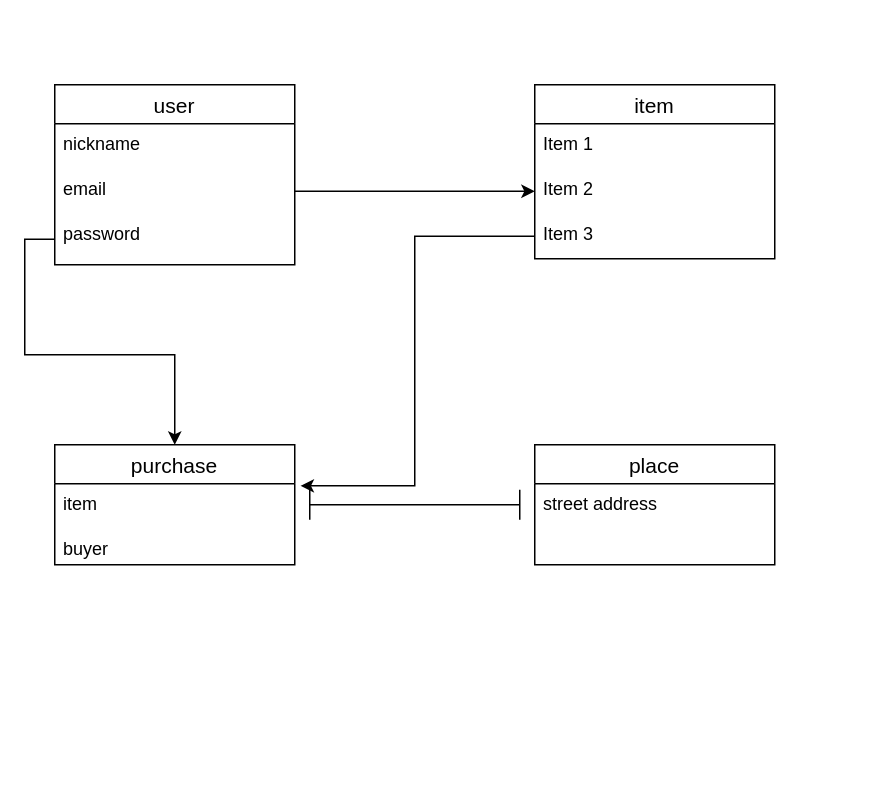
Before: furima.dio in hiroto0707/furima-33377, a draw.io diagram. Source tidied: cells renumbered, new cells numbered last; positions are measured from the earlier drawing's top-left corner, leaving out a move shared by most shapes. Both pictures are drawn from the tidied source at 150%, with x=0, y=0 at pixel (54, 84).
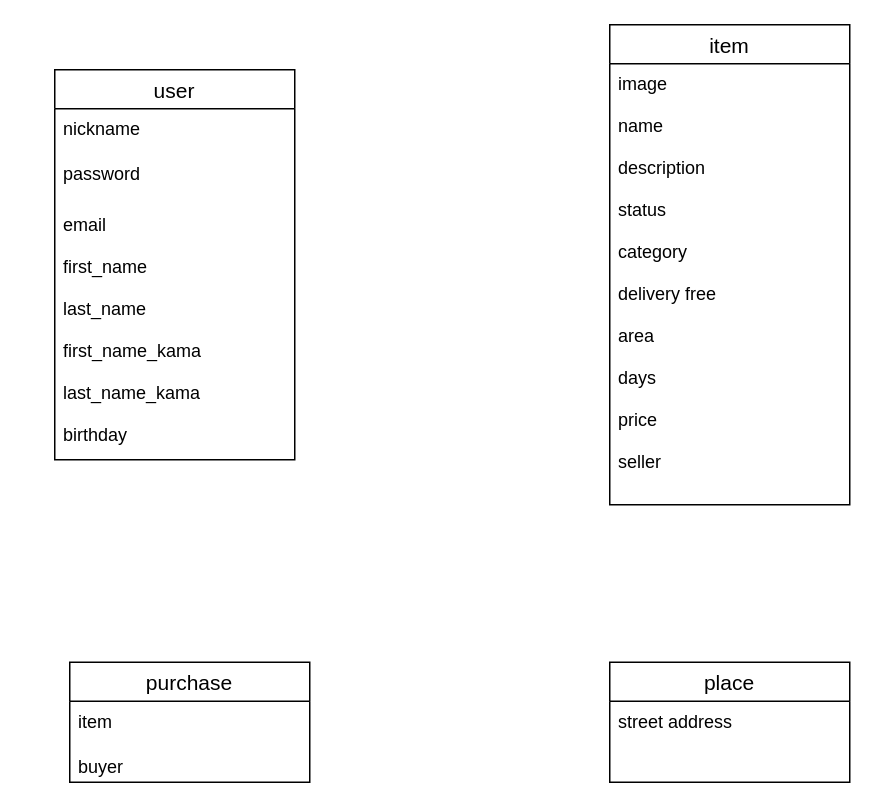
After the change.

What changed in the source:
```diff
@@
 <mxGraphModel>
   <root>
     <mxCell id="0" />
     <mxCell id="1" parent="0" />
     <mxCell id="2" value="place" style="swimlane;fontStyle=0;horizontal=1;startSize=26;align=center;fontSize=14;" parent="1" vertex="1">
-      <mxGeometry x="320" y="240" width="160" height="80" as="geometry" />
+      <mxGeometry x="370" y="385" width="160" height="80" as="geometry" />
     </mxCell>
     <mxCell id="3" value="street address" style="text;strokeColor=none;fillColor=none;spacingLeft=4;spacingRight=4;overflow=hidden;fontSize=12;" parent="2" vertex="1">
       <mxGeometry y="26" width="160" height="54" as="geometry" />
     </mxCell>
     <mxCell id="4" value="item" style="swimlane;fontStyle=0;horizontal=1;startSize=26;align=center;fontSize=14;" parent="1" vertex="1">
-      <mxGeometry x="320" width="160" height="116" as="geometry" />
+      <mxGeometry x="370" y="-40" width="160" height="320" as="geometry" />
     </mxCell>
-    <mxCell id="5" value="Item 1" style="text;strokeColor=none;fillColor=none;spacingLeft=4;spacingRight=4;overflow=hidden;fontSize=12;" parent="4" vertex="1">
-      <mxGeometry y="26" width="160" height="30" as="geometry" />
-    </mxCell>
-    <mxCell id="6" value="Item 2" style="text;strokeColor=none;fillColor=none;spacingLeft=4;spacingRight=4;overflow=hidden;points=[[0,0.5],[1,0.5]];portConstraint=eastwest;fontSize=12;" parent="4" vertex="1">
-      <mxGeometry y="56" width="160" height="30" as="geometry" />
-    </mxCell>
-    <mxCell id="7" value="Item 3" style="text;strokeColor=none;fillColor=none;spacingLeft=4;spacingRight=4;overflow=hidden;points=[[0,0.5],[1,0.5]];portConstraint=eastwest;fontSize=12;" parent="4" vertex="1">
-      <mxGeometry y="86" width="160" height="30" as="geometry" />
+    <mxCell id="7" value="image&#10;&#10;name&#10;&#10;description&#10;&#10;status&#10;&#10;category&#10;&#10;delivery free&#10;&#10;area&#10;&#10;days&#10;&#10;price&#10;&#10;seller&#10;" style="text;strokeColor=none;fillColor=none;spacingLeft=4;spacingRight=4;overflow=hidden;points=[[0,0.5],[1,0.5]];portConstraint=eastwest;fontSize=12;" parent="4" vertex="1">
+      <mxGeometry y="26" width="160" height="294" as="geometry" />
     </mxCell>
     <mxCell id="8" value="purchase" style="swimlane;fontStyle=0;horizontal=1;startSize=26;align=center;fontSize=14;" parent="1" vertex="1">
-      <mxGeometry y="240" width="160" height="80" as="geometry" />
+      <mxGeometry x="10" y="385" width="160" height="80" as="geometry" />
     </mxCell>
     <mxCell id="9" value="item" style="text;strokeColor=none;fillColor=none;spacingLeft=4;spacingRight=4;overflow=hidden;points=[[0,0.5],[1,0.5]];portConstraint=eastwest;fontSize=12;" parent="8" vertex="1">
       <mxGeometry y="26" width="160" height="30" as="geometry" />
     </mxCell>
     <mxCell id="10" value="buyer" style="text;strokeColor=none;fillColor=none;spacingLeft=4;spacingRight=4;overflow=hidden;fontSize=12;" parent="8" vertex="1">
       <mxGeometry y="56" width="160" height="24" as="geometry" />
     </mxCell>
     <mxCell id="11" value="user" style="swimlane;fontStyle=0;horizontal=1;startSize=26;align=center;fontSize=14;" parent="1" vertex="1">
-      <mxGeometry width="160" height="120" as="geometry" />
+      <mxGeometry y="-10" width="160" height="260" as="geometry" />
     </mxCell>
     <mxCell id="12" value="nickname" style="text;strokeColor=none;fillColor=none;spacingLeft=4;spacingRight=4;overflow=hidden;fontSize=12;" parent="11" vertex="1">
       <mxGeometry y="26" width="160" height="30" as="geometry" />
     </mxCell>
+    <mxCell id="14" value="password " style="text;strokeColor=none;fillColor=none;spacingLeft=4;spacingRight=4;overflow=hidden;points=[[0,0.5],[1,0.5]];portConstraint=eastwest;fontSize=12;" parent="11" vertex="1">
+      <mxGeometry y="56" width="160" height="34" as="geometry" />
+    </mxCell>
-    <mxCell id="13" value="email" style="text;strokeColor=none;fillColor=none;spacingLeft=4;spacingRight=4;overflow=hidden;points=[[0,0.5],[1,0.5]];portConstraint=eastwest;fontSize=12;" parent="11" vertex="1">
-      <mxGeometry y="56" width="160" height="30" as="geometry" />
+    <mxCell id="13" value="email&#10;&#10;first_name&#10;&#10;last_name&#10;&#10;first_name_kama&#10;&#10;last_name_kama&#10;&#10;birthday" style="text;strokeColor=none;fillColor=none;spacingLeft=4;spacingRight=4;overflow=hidden;points=[[0,0.5],[1,0.5]];portConstraint=eastwest;fontSize=12;" parent="11" vertex="1">
+      <mxGeometry y="90" width="160" height="170" as="geometry" />
     </mxCell>
-    <mxCell id="14" value="password " style="text;strokeColor=none;fillColor=none;spacingLeft=4;spacingRight=4;overflow=hidden;points=[[0,0.5],[1,0.5]];portConstraint=eastwest;fontSize=12;" parent="11" vertex="1">
-      <mxGeometry y="86" width="160" height="34" as="geometry" />
-    </mxCell>
-    <mxCell id="15" style="edgeStyle=orthogonalEdgeStyle;rounded=0;jettySize=auto;html=1;" parent="1" edge="1" source="13" target="6">
-      <mxGeometry relative="1" as="geometry" />
-    </mxCell>
-    <mxCell id="16" style="shape=crossbar;whiteSpace=wrap;html=1;rounded=1;" parent="1" vertex="1">
-      <mxGeometry x="170" y="270" width="140" height="20" as="geometry" />
-    </mxCell>
-    <mxCell id="17" style="edgeStyle=orthogonalEdgeStyle;rounded=0;jettySize=auto;html=1;entryX=0.5;entryY=0;entryDx=0;entryDy=0;" parent="1" edge="1" source="14" target="8">
-      <mxGeometry relative="1" as="geometry" />
-    </mxCell>
-    <mxCell id="18" style="edgeStyle=orthogonalEdgeStyle;rounded=0;jettySize=auto;html=1;entryX=1.024;entryY=0.047;entryDx=0;entryDy=0;entryPerimeter=0;" parent="1" edge="1" source="7" target="9">
-      <mxGeometry relative="1" as="geometry" />
-    </mxCell>
   </root>
 </mxGraphModel>
```
